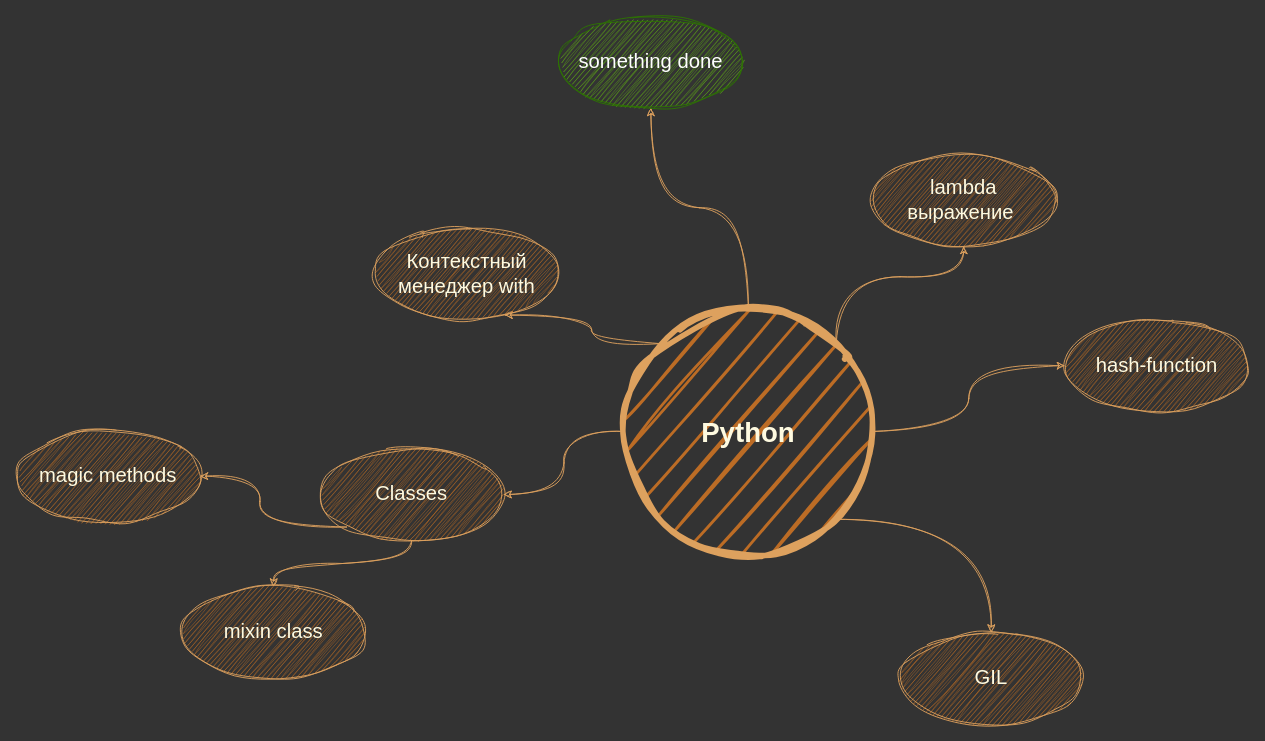
zhivvv/study keeps this draw.io diagram as page "python" (1 of 4) of Untitled Diagram.drawio. Above is the earlier version. Source tidied: cells renumbered, new cells numbered last; positions are measured from the earlier drawing's top-left corner, leaving out a move shared by most shapes. Both pictures are drawn from the tidied source at 92%, with x=0, y=0 at pixel (16, 16).
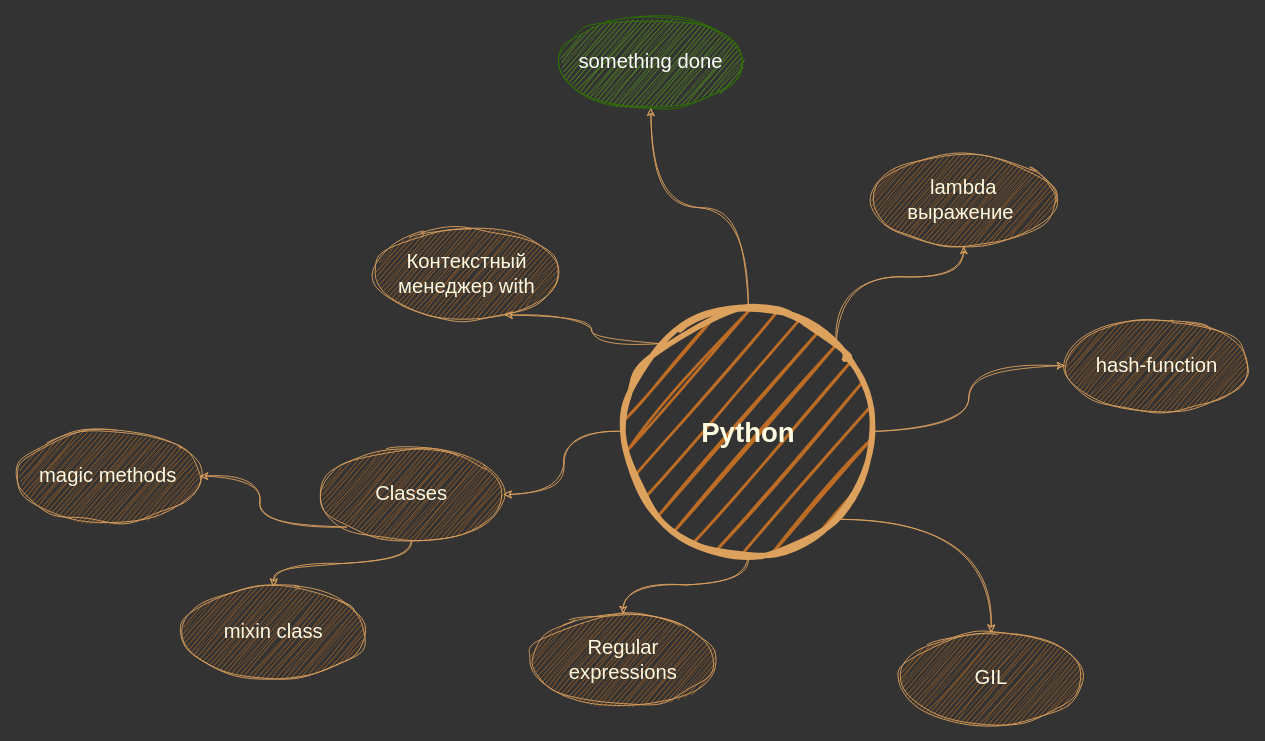
After the change.

Commit message:
Regular expressions were added

The change refers to these unchanged cells:
```xml
<mxCell id="9" value="Python" style="ellipse;whiteSpace=wrap;html=1;shadow=0;fontFamily=Helvetica;fontSize=30;fontColor=#FEFAE0;align=center;strokeColor=#DDA15E;strokeWidth=6;fillColor=#BC6C25;fontStyle=1;sketch=1;curveFitting=1;jiggle=2;labelBackgroundColor=none;rounded=1;" parent="1" vertex="1">
  <mxGeometry x="661" y="316.5" width="270" height="270" as="geometry" />
</mxCell>
```

Diff of the diagram source:
```diff
@@
+    <mxCell id="19" style="edgeStyle=orthogonalEdgeStyle;sketch=1;hachureGap=4;jiggle=2;curveFitting=1;jettySize=auto;html=1;entryX=0.5;entryY=0;entryDx=0;entryDy=0;fontFamily=Helvetica;fontSize=15;labelBackgroundColor=none;strokeColor=#DDA15E;comic=0;curved=1;" parent="1" edge="1" source="9" target="20">
+      <mxGeometry relative="1" as="geometry" />
+    </mxCell>
@@
+    <mxCell id="20" value="&lt;span style=&quot;font-size: 22px;&quot;&gt;Regular expressions&lt;/span&gt;" style="ellipse;whiteSpace=wrap;html=1;sketch=1;curveFitting=1;jiggle=2;fillColor=#BC6C25;strokeColor=#DDA15E;fontColor=#FEFAE0;labelBackgroundColor=none;rounded=1;" parent="1" vertex="1">
+      <mxGeometry x="560" y="650" width="200" height="100" as="geometry" />
+    </mxCell>
```
